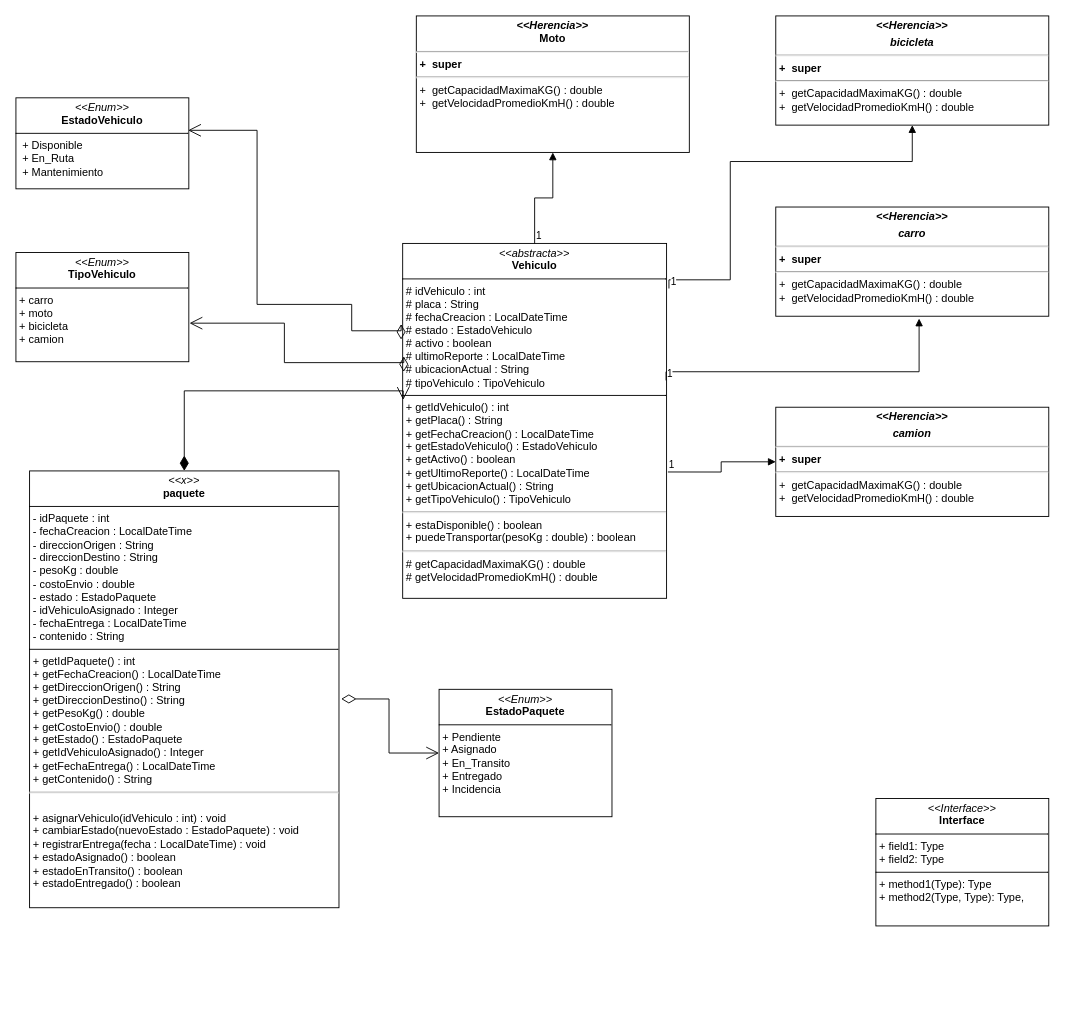
Above: Java/Proyectos/Curso_Cliente_Servidor/Diagrama sin título.drawio in BATRUCHO/university-projects (draw.io), before the change. Source tidied: cells renumbered, new cells numbered last; positions are measured from the earlier drawing's top-left corner, leaving out a move shared by most shapes. Both pictures are drawn from the tidied source at 91%, with x=0, y=0 at pixel (15, 15).
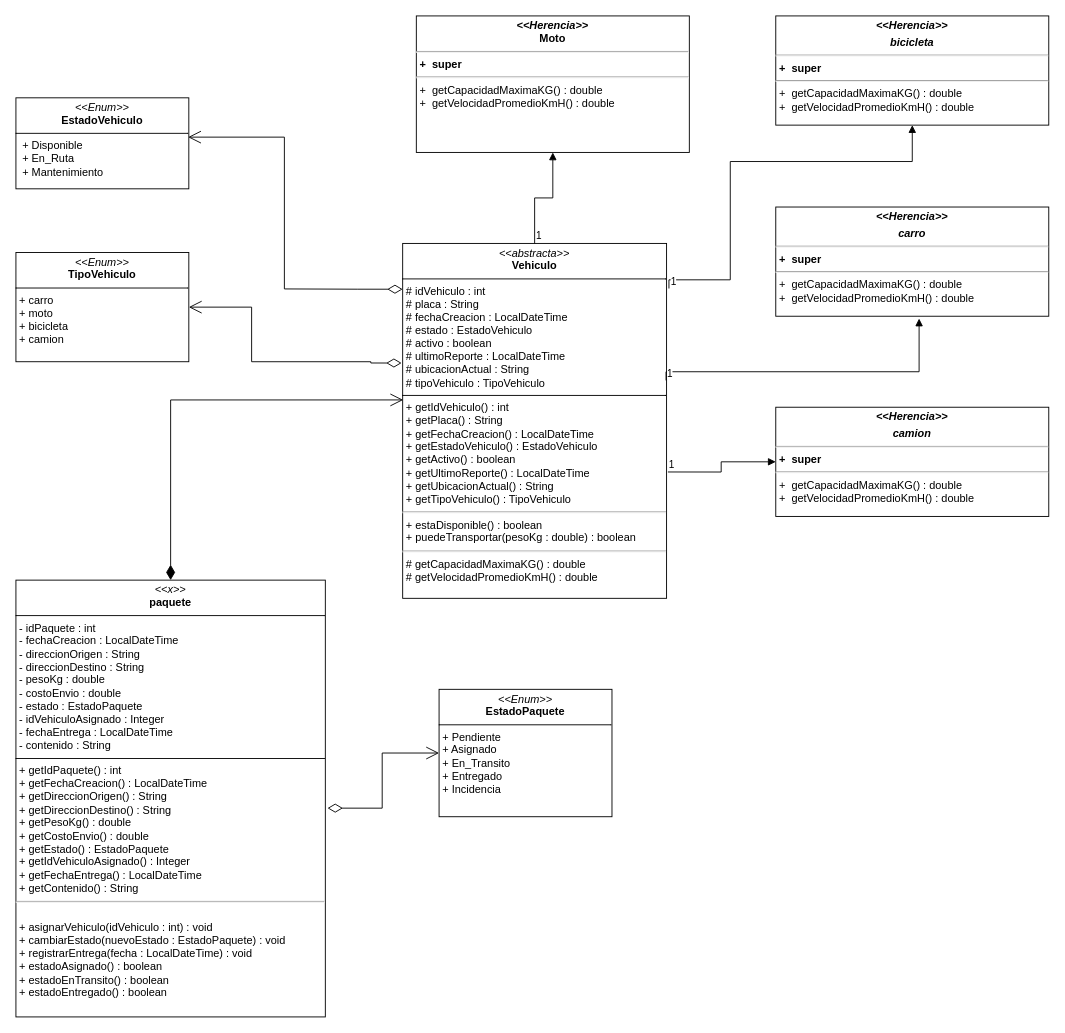
After the change.

Unchanged cells that the change refers to:
```xml
<mxCell id="5" value="&lt;p style=&quot;margin:0px;margin-top:4px;text-align:center;&quot;&gt;&lt;i&gt;&amp;lt;&amp;lt;Enum&amp;gt;&amp;gt;&lt;/i&gt;&lt;br&gt;&lt;b&gt;EstadoVehiculo&lt;/b&gt;&lt;/p&gt;&lt;hr size=&quot;1&quot; style=&quot;border-style:solid;&quot;&gt;&lt;p style=&quot;margin:0px;margin-left:4px;&quot;&gt;&amp;nbsp;+ Disponible&lt;/p&gt;&lt;p style=&quot;margin:0px;margin-left:4px;&quot;&gt;&amp;nbsp;+ En_Ruta&lt;/p&gt;&lt;p style=&quot;margin:0px;margin-left:4px;&quot;&gt;&amp;nbsp;+ Mantenimiento&lt;/p&gt;" style="verticalAlign=top;align=left;overflow=fill;html=1;whiteSpace=wrap;" parent="1" vertex="1">
  <mxGeometry y="90" width="190" height="100" as="geometry" />
</mxCell>
<mxCell id="7" value="&lt;p style=&quot;margin:0px;margin-top:4px;text-align:center;&quot;&gt;&lt;i&gt;&amp;lt;&amp;lt;abstracta&amp;gt;&amp;gt;&lt;/i&gt;&lt;br&gt;&lt;b&gt;Vehiculo&lt;/b&gt;&lt;/p&gt;&lt;hr size=&quot;1&quot; style=&quot;border-style:solid;&quot;&gt;&lt;p style=&quot;margin:0px;margin-left:4px;&quot;&gt;# idVehiculo : int&lt;/p&gt;&lt;p style=&quot;margin:0px;margin-left:4px;&quot;&gt;# placa : String&lt;/p&gt;&lt;p style=&quot;margin:0px;margin-left:4px;&quot;&gt;# fechaCreacion : LocalDateTime&lt;/p&gt;&lt;p style=&quot;margin:0px;margin-left:4px;&quot;&gt;# estado : EstadoVehiculo&lt;/p&gt;&lt;p style=&quot;margin:0px;margin-left:4px;&quot;&gt;# activo : boolean&amp;nbsp;&lt;/p&gt;&lt;p style=&quot;margin:0px;margin-left:4px;&quot;&gt;# ultimoReporte : LocalDateTime&lt;/p&gt;&lt;p style=&quot;margin:0px;margin-left:4px;&quot;&gt;# ubicacionActual : String&lt;/p&gt;&lt;p style=&quot;margin:0px;margin-left:4px;&quot;&gt;# tipoVehiculo : TipoVehiculo&lt;/p&gt;&lt;hr size=&quot;1&quot; style=&quot;border-style:solid;&quot;&gt;&lt;p style=&quot;margin:0px;margin-left:4px;&quot;&gt;+ getIdVehiculo() : int&lt;br&gt;+ getPlaca() : String&lt;/p&gt;&lt;p style=&quot;margin:0px;margin-left:4px;&quot;&gt;+&amp;nbsp;getFechaCreacion() : LocalDateTime&lt;/p&gt;&lt;p style=&quot;margin:0px;margin-left:4px;&quot;&gt;+&amp;nbsp;getEstadoVehiculo() : EstadoVehiculo&lt;/p&gt;&lt;p style=&quot;margin:0px;margin-left:4px;&quot;&gt;+ getActivo() : boolean&lt;/p&gt;&lt;p style=&quot;margin:0px;margin-left:4px;&quot;&gt;+&amp;nbsp;getUltimoReporte() : LocalDateTime&lt;/p&gt;&lt;p style=&quot;margin:0px;margin-left:4px;&quot;&gt;+&amp;nbsp;getUbicacionActual() : String&lt;/p&gt;&lt;p style=&quot;margin:0px;margin-left:4px;&quot;&gt;+&amp;nbsp;getTipoVehiculo() : TipoVehiculo&lt;/p&gt;&lt;hr&gt;&lt;p style=&quot;margin:0px;margin-left:4px;&quot;&gt;+ estaDisponible() : boolean&lt;/p&gt;&lt;p style=&quot;margin:0px;margin-left:4px;&quot;&gt;+&amp;nbsp;puedeTransportar(pesoKg : double) : boolean&lt;/p&gt;&lt;hr&gt;&lt;p style=&quot;margin:0px;margin-left:4px;&quot;&gt;#&amp;nbsp;getCapacidadMaximaKG() : double&lt;/p&gt;&lt;p style=&quot;margin:0px;margin-left:4px;&quot;&gt;#&amp;nbsp;getVelocidadPromedioKmH() : double&lt;/p&gt;&lt;p style=&quot;margin:0px;margin-left:4px;&quot;&gt;&lt;br&gt;&lt;/p&gt;" style="verticalAlign=top;align=left;overflow=fill;html=1;whiteSpace=wrap;" parent="1" vertex="1">
  <mxGeometry x="425" y="250" width="290" height="390" as="geometry" />
</mxCell>
<mxCell id="20" value="&lt;p style=&quot;margin:0px;margin-top:4px;text-align:center;&quot;&gt;&lt;i&gt;&amp;lt;&amp;lt;Enum&amp;gt;&amp;gt;&lt;/i&gt;&lt;br&gt;&lt;b&gt;TipoVehiculo&lt;/b&gt;&lt;/p&gt;&lt;hr size=&quot;1&quot; style=&quot;border-style:solid;&quot;&gt;&lt;p style=&quot;margin:0px;margin-left:4px;&quot;&gt;+ carro&lt;/p&gt;&lt;p style=&quot;margin:0px;margin-left:4px;&quot;&gt;+ moto&lt;/p&gt;&lt;p style=&quot;margin:0px;margin-left:4px;&quot;&gt;+ bicicleta&amp;nbsp;&lt;/p&gt;&lt;p style=&quot;margin:0px;margin-left:4px;&quot;&gt;+ camion&lt;/p&gt;&lt;p style=&quot;margin:0px;margin-left:4px;&quot;&gt;&lt;br&gt;&lt;/p&gt;" style="verticalAlign=top;align=left;overflow=fill;html=1;whiteSpace=wrap;" parent="1" vertex="1">
  <mxGeometry y="260" width="190" height="120" as="geometry" />
</mxCell>
```

Change to the diagram source:
```diff
@@
     <mxCell id="3" value="&lt;p style=&quot;margin:0px;margin-top:4px;text-align:center;&quot;&gt;&lt;i&gt;&amp;lt;&amp;lt;x&amp;gt;&amp;gt;&lt;/i&gt;&lt;br&gt;&lt;b&gt;paquete&lt;/b&gt;&lt;/p&gt;&lt;hr size=&quot;1&quot; style=&quot;border-style:solid;&quot;&gt;&lt;p style=&quot;margin:0px;margin-left:4px;&quot;&gt;- idPaquete : int&lt;/p&gt;&lt;p style=&quot;margin:0px;margin-left:4px;&quot;&gt;-&amp;nbsp;fechaCreacion : LocalDateTime&lt;/p&gt;&lt;p style=&quot;margin:0px;margin-left:4px;&quot;&gt;- direccionOrigen : String&lt;/p&gt;&lt;p style=&quot;margin:0px;margin-left:4px;&quot;&gt;-&amp;nbsp;direccionDestino : String&lt;/p&gt;&lt;p style=&quot;margin:0px;margin-left:4px;&quot;&gt;-&amp;nbsp;pesoKg : double&lt;/p&gt;&lt;p style=&quot;margin:0px;margin-left:4px;&quot;&gt;-&amp;nbsp;costoEnvio : double&lt;/p&gt;&lt;p style=&quot;margin:0px;margin-left:4px;&quot;&gt;-&amp;nbsp;estado : EstadoPaquete&lt;/p&gt;&lt;p style=&quot;margin:0px;margin-left:4px;&quot;&gt;-&amp;nbsp;idVehiculoAsignado : Integer&lt;/p&gt;&lt;p style=&quot;margin:0px;margin-left:4px;&quot;&gt;-&amp;nbsp;fechaEntrega : LocalDateTime&lt;/p&gt;&lt;p style=&quot;margin:0px;margin-left:4px;&quot;&gt;-&amp;nbsp;contenido : String&lt;/p&gt;&lt;hr size=&quot;1&quot; style=&quot;border-style:solid;&quot;&gt;&lt;p style=&quot;margin:0px;margin-left:4px;&quot;&gt;+ getIdPaquete() : int&lt;br&gt;+ getFechaCreacion() : LocalDateTime&amp;nbsp;&lt;/p&gt;&lt;p style=&quot;margin:0px;margin-left:4px;&quot;&gt;+&amp;nbsp;getDireccionOrigen() : String&lt;/p&gt;&lt;p style=&quot;margin:0px;margin-left:4px;&quot;&gt;+ getDireccionDestino() : String&lt;/p&gt;&lt;p style=&quot;margin:0px;margin-left:4px;&quot;&gt;+ getPesoKg() : double&lt;/p&gt;&lt;p style=&quot;margin:0px;margin-left:4px;&quot;&gt;+ getCostoEnvio() : double&lt;/p&gt;&lt;p style=&quot;margin:0px;margin-left:4px;&quot;&gt;+&amp;nbsp;getEstado() : EstadoPaquete&lt;/p&gt;&lt;p style=&quot;margin:0px;margin-left:4px;&quot;&gt;+&amp;nbsp;getIdVehiculoAsignado() : Integer&lt;/p&gt;&lt;p style=&quot;margin:0px;margin-left:4px;&quot;&gt;+&amp;nbsp;getFechaEntrega() : LocalDateTime&lt;/p&gt;&lt;p style=&quot;margin:0px;margin-left:4px;&quot;&gt;+&amp;nbsp;getContenido() : String&lt;/p&gt;&lt;hr&gt;&lt;p style=&quot;margin:0px;margin-left:4px;&quot;&gt;&lt;br&gt;&lt;/p&gt;&lt;p style=&quot;margin:0px;margin-left:4px;&quot;&gt;+&amp;nbsp;asignarVehiculo(idVehiculo : int) : void&lt;/p&gt;&lt;p style=&quot;margin:0px;margin-left:4px;&quot;&gt;+&amp;nbsp;cambiarEstado(nuevoEstado : EstadoPaquete) : void&lt;/p&gt;&lt;p style=&quot;margin:0px;margin-left:4px;&quot;&gt;+&amp;nbsp;registrarEntrega(fecha : LocalDateTime) : void&lt;/p&gt;&lt;p style=&quot;margin:0px;margin-left:4px;&quot;&gt;+&amp;nbsp;estadoAsignado() : boolean&lt;/p&gt;&lt;p style=&quot;margin:0px;margin-left:4px;&quot;&gt;+&amp;nbsp;estadoEnTransito() : boolean&lt;/p&gt;&lt;p style=&quot;margin:0px;margin-left:4px;&quot;&gt;+&amp;nbsp;estadoEntregado() : boolean&lt;/p&gt;&lt;p style=&quot;margin:0px;margin-left:4px;&quot;&gt;&lt;br&gt;&lt;/p&gt;&lt;p style=&quot;margin:0px;margin-left:4px;&quot;&gt;&lt;br&gt;&lt;/p&gt;&lt;p style=&quot;margin:0px;margin-left:4px;&quot;&gt;&lt;br&gt;&lt;/p&gt;" style="verticalAlign=top;align=left;overflow=fill;html=1;whiteSpace=wrap;" parent="1" vertex="1">
-      <mxGeometry x="15" y="500" width="340" height="480" as="geometry" />
+      <mxGeometry y="620" width="340" height="480" as="geometry" />
     </mxCell>
@@
-    <mxCell id="6" value="&lt;p style=&quot;margin:0px;margin-top:4px;text-align:center;&quot;&gt;&lt;i&gt;&amp;lt;&amp;lt;Interface&amp;gt;&amp;gt;&lt;/i&gt;&lt;br&gt;&lt;b&gt;Interface&lt;/b&gt;&lt;/p&gt;&lt;hr size=&quot;1&quot; style=&quot;border-style:solid;&quot;&gt;&lt;p style=&quot;margin:0px;margin-left:4px;&quot;&gt;+ field1: Type&lt;br&gt;+ field2: Type&lt;/p&gt;&lt;hr size=&quot;1&quot; style=&quot;border-style:solid;&quot;&gt;&lt;p style=&quot;margin:0px;margin-left:4px;&quot;&gt;+ method1(Type): Type&lt;br&gt;+ method2(Type, Type): Type,&amp;nbsp;&lt;/p&gt;" style="verticalAlign=top;align=left;overflow=fill;html=1;whiteSpace=wrap;" parent="1" vertex="1">
-      <mxGeometry x="945" y="860" width="190" height="140" as="geometry" />
-    </mxCell>
@@
     <mxCell id="19" style="endArrow=open;html=1;endSize=12;startArrow=diamondThin;startSize=14;startFill=1;edgeStyle=orthogonalEdgeStyle;align=left;verticalAlign=bottom;rounded=0;entryX=0.002;entryY=0.441;entryDx=0;entryDy=0;exitX=0.5;exitY=0;exitDx=0;exitDy=0;entryPerimeter=0;" parent="1" edge="1" source="3" target="7">
       <mxGeometry x="-1" y="3" relative="1" as="geometry">
         <Array as="points">
-          <mxPoint x="185" y="412" />
+          <mxPoint x="170" y="422" />
         </Array>
       </mxGeometry>
     </mxCell>
@@
-    <mxCell id="22" style="endArrow=open;html=1;endSize=12;startArrow=diamondThin;startSize=14;startFill=0;edgeStyle=orthogonalEdgeStyle;align=left;verticalAlign=bottom;rounded=0;exitX=0.004;exitY=0.362;exitDx=0;exitDy=0;exitPerimeter=0;entryX=1.004;entryY=0.647;entryDx=0;entryDy=0;entryPerimeter=0;" parent="1" edge="1" source="7" target="20">
+    <mxCell id="22" style="endArrow=open;html=1;endSize=12;startArrow=diamondThin;startSize=14;startFill=0;edgeStyle=orthogonalEdgeStyle;align=left;verticalAlign=bottom;rounded=0;exitX=-0.004;exitY=0.337;exitDx=0;exitDy=0;exitPerimeter=0;entryX=1;entryY=0.5;entryDx=0;entryDy=0;" parent="1" edge="1" source="7" target="20">
       <mxGeometry x="-1" y="3" relative="1" as="geometry">
         <Array as="points">
-          <mxPoint x="295" y="381" />
-          <mxPoint x="295" y="338" />
-          <mxPoint x="191" y="338" />
+          <mxPoint x="390" y="381" />
+          <mxPoint x="390" y="380" />
+          <mxPoint x="259" y="380" />
+          <mxPoint x="259" y="320" />
         </Array>
       </mxGeometry>
     </mxCell>
-    <mxCell id="23" style="endArrow=open;html=1;endSize=12;startArrow=diamondThin;startSize=14;startFill=0;edgeStyle=orthogonalEdgeStyle;align=left;verticalAlign=bottom;rounded=0;exitX=-0.006;exitY=0.271;exitDx=0;exitDy=0;exitPerimeter=0;entryX=0.996;entryY=0.357;entryDx=0;entryDy=0;entryPerimeter=0;" parent="1" edge="1" source="7" target="5">
+    <mxCell id="23" style="endArrow=open;html=1;endSize=12;startArrow=diamondThin;startSize=14;startFill=0;edgeStyle=orthogonalEdgeStyle;align=left;verticalAlign=bottom;rounded=0;exitX=0;exitY=0.129;exitDx=0;exitDy=0;exitPerimeter=0;entryX=0.996;entryY=0.432;entryDx=0;entryDy=0;entryPerimeter=0;" parent="1" edge="1" source="7" target="5">
       <mxGeometry x="-1" y="3" relative="1" as="geometry">
         <Array as="points">
-          <mxPoint x="423" y="346" />
-          <mxPoint x="369" y="346" />
-          <mxPoint x="369" y="317" />
-          <mxPoint x="265" y="317" />
-          <mxPoint x="265" y="126" />
+          <mxPoint x="375" y="300" />
+          <mxPoint x="295" y="300" />
+          <mxPoint x="295" y="133" />
         </Array>
       </mxGeometry>
     </mxCell>
```
